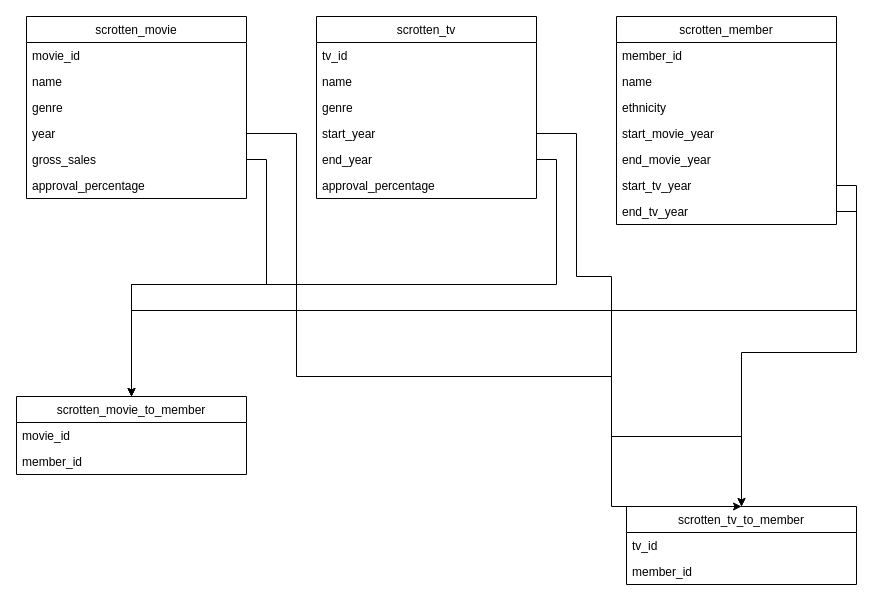
Before: design/rotten_scrapper_design.drawio in ctjong27/scrotten_movies, a draw.io diagram. Source tidied: cells renumbered, new cells numbered last; positions are measured from the earlier drawing's top-left corner, leaving out a move shared by most shapes. Both pictures are drawn from the tidied source at 100%, with x=0, y=0 at pixel (16, 16).
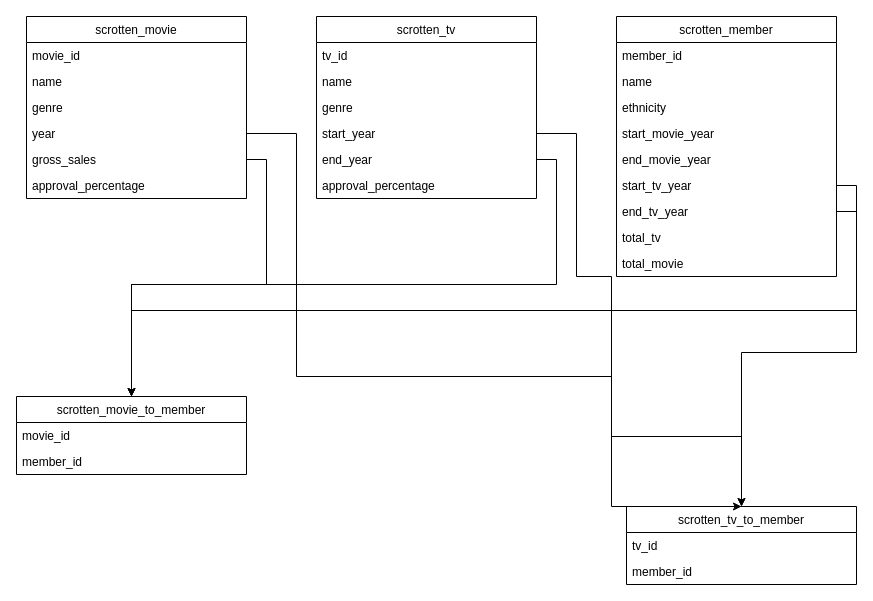
After the change.

Commit message:
schematics updated to include total tv and movie count

Diff of the diagram source:
```diff
@@
     <mxCell id="9" value="scrotten_member" style="swimlane;fontStyle=0;horizontal=1;startSize=26;" parent="1" vertex="1">
-      <mxGeometry x="600" width="220" height="208" as="geometry" />
+      <mxGeometry x="600" width="220" height="260" as="geometry" />
     </mxCell>
@@
+    <mxCell id="36" value="total_tv" style="text;strokeColor=none;fillColor=none;align=left;verticalAlign=top;spacingLeft=4;spacingRight=4;overflow=hidden;" parent="9" vertex="1">
+      <mxGeometry y="208" width="220" height="26" as="geometry" />
+    </mxCell>
+    <mxCell id="37" value="total_movie" style="text;strokeColor=none;fillColor=none;align=left;verticalAlign=top;spacingLeft=4;spacingRight=4;overflow=hidden;" parent="9" vertex="1">
+      <mxGeometry y="234" width="220" height="26" as="geometry" />
+    </mxCell>
```
